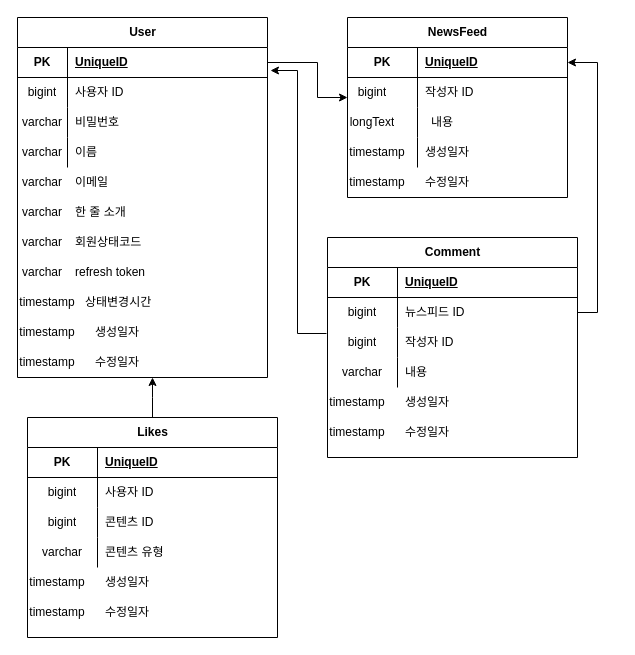
The draw.io diagram 15조.drawio in lis0517/Coderend, before the edit. Source tidied: cells renumbered, new cells numbered last; positions are measured from the earlier drawing's top-left corner, leaving out a move shared by most shapes. Both pictures are drawn from the tidied source at 100%, with x=0, y=0 at pixel (17, 17).
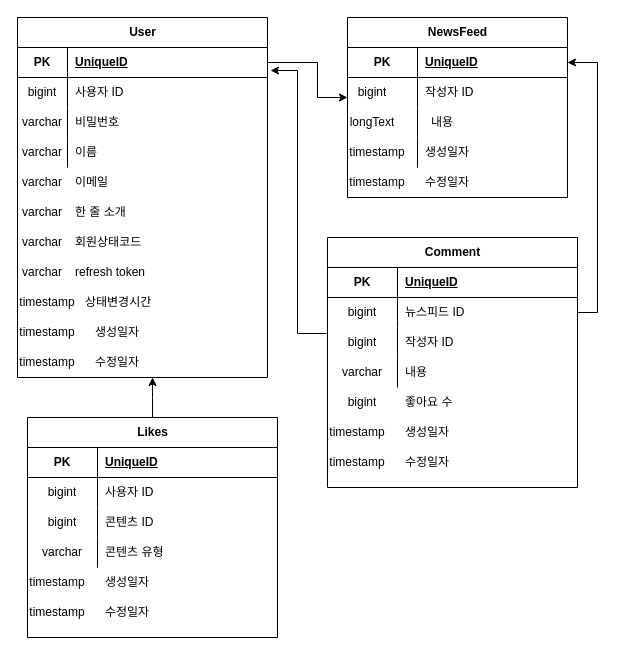
After the change.

Commit message:
15조.drawio 업데이트

The edit, as a diff of the source:
```diff
@@
     <mxCell id="48" value="Comment" style="shape=table;startSize=30;childLayout=tableLayout;rowLines=0;fontStyle=1;align=center;html=1;" parent="1" vertex="1">
-      <mxGeometry x="310" y="220" width="250" height="220" as="geometry" />
+      <mxGeometry x="310" y="220" width="250" height="250" as="geometry" />
     </mxCell>
@@
     <mxCell id="62" value="timestamp" style="shape=partialRectangle;fillColor=none;top=0;left=0;bottom=0;right=0;overflow=hidden;whiteSpace=wrap;html=1;" parent="1" vertex="1">
-      <mxGeometry x="310" y="370" width="60" height="30" as="geometry" />
+      <mxGeometry x="310" y="400" width="60" height="30" as="geometry" />
     </mxCell>
     <mxCell id="63" value="timestamp" style="shape=partialRectangle;fillColor=none;top=0;left=0;bottom=0;right=0;overflow=hidden;whiteSpace=wrap;html=1;" parent="1" vertex="1">
-      <mxGeometry x="310" y="400" width="60" height="30" as="geometry" />
+      <mxGeometry x="310" y="430" width="60" height="30" as="geometry" />
     </mxCell>
     <mxCell id="64" value="생성일자" style="shape=partialRectangle;fillColor=none;top=0;left=0;bottom=0;right=0;align=left;spacingLeft=6;overflow=hidden;whiteSpace=wrap;html=1;" parent="1" vertex="1">
-      <mxGeometry x="380" y="370" width="200" height="30" as="geometry" />
+      <mxGeometry x="380" y="400" width="200" height="30" as="geometry" />
     </mxCell>
     <mxCell id="65" value="수정일자" style="shape=partialRectangle;fillColor=none;top=0;left=0;bottom=0;right=0;align=left;spacingLeft=6;overflow=hidden;whiteSpace=wrap;html=1;" parent="1" vertex="1">
-      <mxGeometry x="380" y="400" width="200" height="30" as="geometry" />
+      <mxGeometry x="380" y="430" width="200" height="30" as="geometry" />
     </mxCell>
@@
+    <mxCell id="90" value="bigint" style="shape=partialRectangle;fillColor=none;top=0;left=0;bottom=0;right=0;overflow=hidden;whiteSpace=wrap;html=1;" parent="1" vertex="1">
+      <mxGeometry x="310" y="370" width="70" height="30" as="geometry" />
+    </mxCell>
+    <mxCell id="91" value="좋아요 수" style="shape=partialRectangle;fillColor=none;top=0;left=0;bottom=0;right=0;align=left;spacingLeft=6;overflow=hidden;whiteSpace=wrap;html=1;" parent="1" vertex="1">
+      <mxGeometry x="380" y="370" width="180" height="30" as="geometry" />
+    </mxCell>
```
